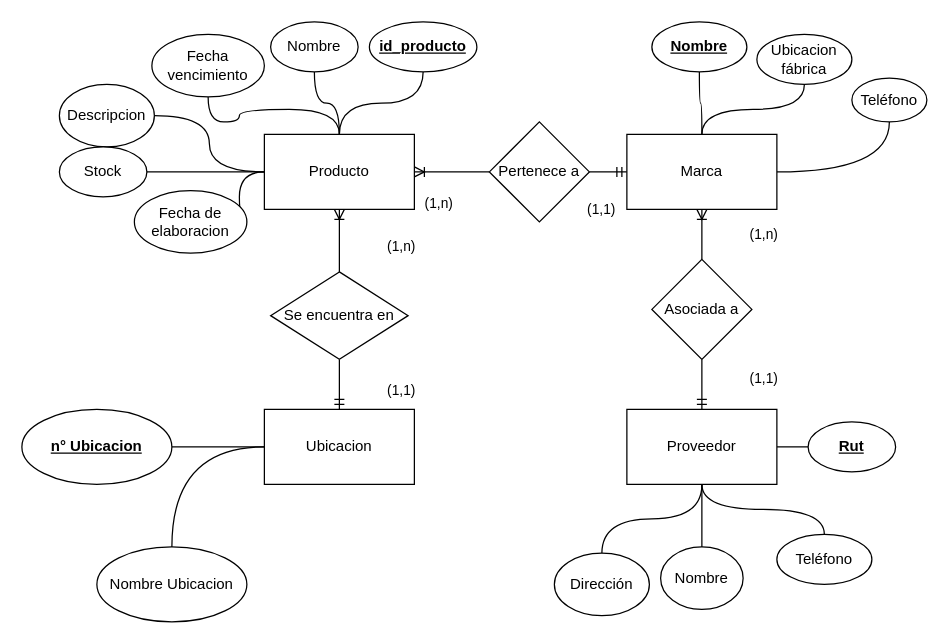
Before: page "Problema 2 MER" (3 of 4) of practica_2/pauta_diagramas.drawio in elMixto/Practica-S1-TI-2022, a draw.io diagram. Source tidied: cells renumbered, new cells numbered last; positions are measured from the earlier drawing's top-left corner, leaving out a move shared by most shapes. Both pictures are drawn from the tidied source at 125%, with x=0, y=0 at pixel (21, 21).
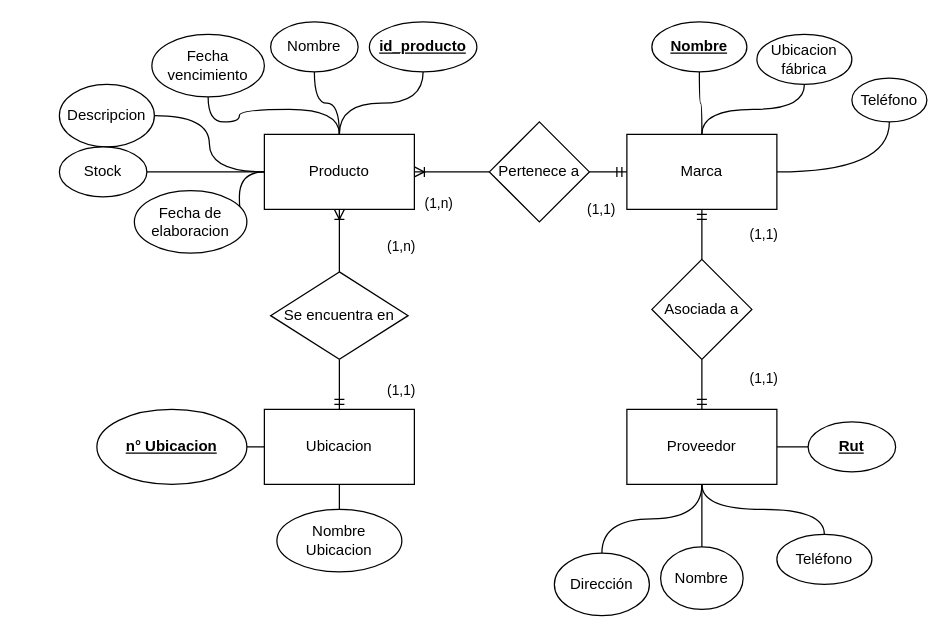
The same diagram, later.

Unchanged cells that the change refers to:
```xml
<mxCell id="21" value="Asociada a" style="rhombus;whiteSpace=wrap;html=1;" parent="1" vertex="1">
  <mxGeometry x="504" y="190" width="80" height="80" as="geometry" />
</mxCell>
<mxCell id="35" value="Marca" style="whiteSpace=wrap;html=1;" parent="1" vertex="1">
  <mxGeometry x="484" y="90" width="120" height="60" as="geometry" />
</mxCell>
```

What changed in the source:
```diff
@@
-    <mxCell id="2" style="edgeStyle=orthogonalEdgeStyle;shape=connector;rounded=0;jettySize=auto;html=1;labelBackgroundColor=default;fontFamily=Helvetica;fontSize=11;fontColor=default;endArrow=none;endFill=0;strokeColor=default;startArrow=ERoneToMany;startFill=0;" parent="1" edge="1" source="35" target="21">
+    <mxCell id="2" style="edgeStyle=orthogonalEdgeStyle;shape=connector;rounded=0;jettySize=auto;html=1;labelBackgroundColor=default;fontFamily=Helvetica;fontSize=11;fontColor=default;endArrow=none;endFill=0;strokeColor=default;startArrow=ERmandOne;startFill=0;" parent="1" edge="1" source="35" target="21">
       <mxGeometry relative="1" as="geometry" />
     </mxCell>
@@
-    <mxCell id="28" value="(1,n)" style="text;html=1;strokeColor=none;fillColor=none;align=center;verticalAlign=middle;whiteSpace=wrap;rounded=0;fontFamily=Helvetica;fontSize=11;fontColor=default;" parent="1" vertex="1">
+    <mxCell id="28" value="(1,1)" style="text;html=1;strokeColor=none;fillColor=none;align=center;verticalAlign=middle;whiteSpace=wrap;rounded=0;fontFamily=Helvetica;fontSize=11;fontColor=default;" parent="1" vertex="1">
       <mxGeometry x="564" y="155" width="60" height="30" as="geometry" />
     </mxCell>
@@
     <mxCell id="36" value="&lt;u&gt;&lt;b&gt;n° Ubicacion&lt;/b&gt;&lt;/u&gt;" style="ellipse;whiteSpace=wrap;html=1;" parent="1" vertex="1">
-      <mxGeometry y="310" width="120" height="60" as="geometry" />
+      <mxGeometry x="60" y="310" width="120" height="60" as="geometry" />
     </mxCell>
     <mxCell id="37" value="Nombre Ubicacion" style="ellipse;whiteSpace=wrap;html=1;" parent="1" vertex="1">
-      <mxGeometry x="60" y="420" width="120" height="60" as="geometry" />
+      <mxGeometry x="204" y="390" width="100" height="50" as="geometry" />
     </mxCell>
```
